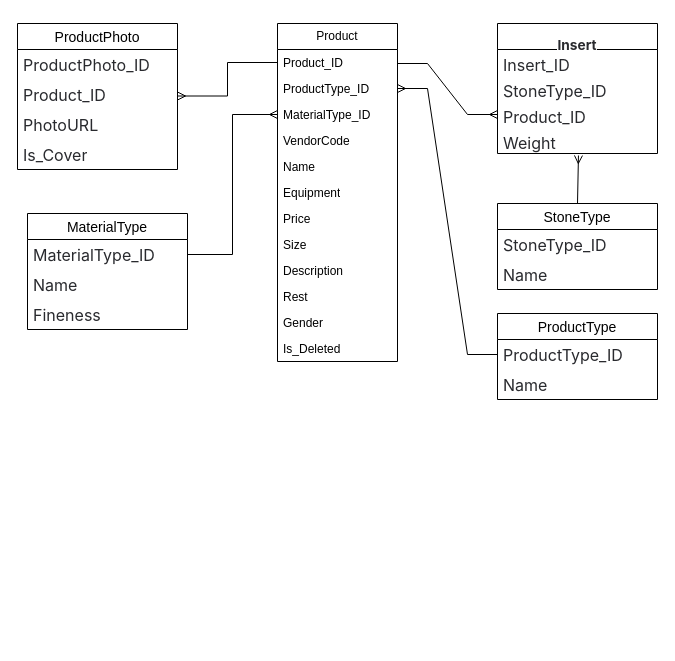
Above: ERDG.drawio in Nguyen1337/UML (draw.io), before the change. Source tidied: cells renumbered, new cells numbered last; positions are measured from the earlier drawing's top-left corner, leaving out a move shared by most shapes. Both pictures are drawn from the tidied source at 100%, with x=0, y=0 at pixel (17, 23).
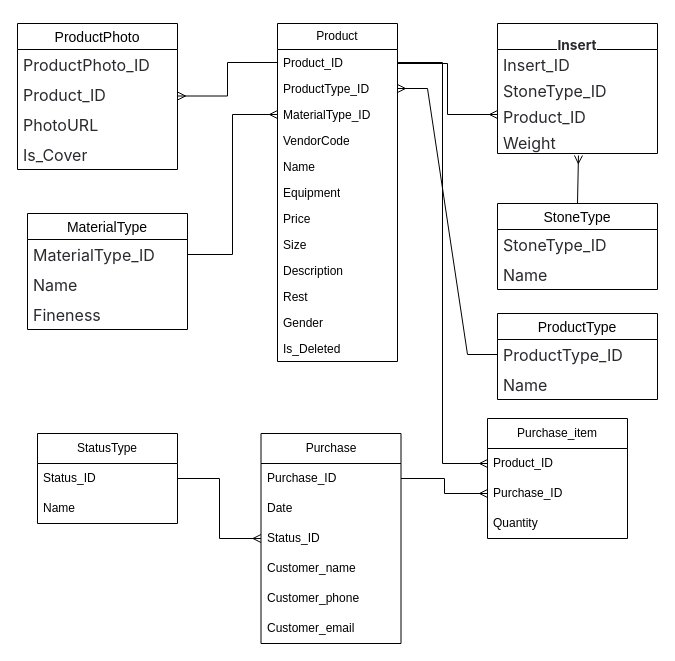
Above is the later version.

Unchanged cells that the change refers to:
```xml
<mxCell id="3" value="Product_ID&lt;span style=&quot;white-space: pre;&quot;&gt;&#9;&lt;/span&gt;&lt;div&gt;&lt;br&gt;&lt;/div&gt;" style="text;strokeColor=none;fillColor=none;align=left;verticalAlign=top;spacingLeft=4;spacingRight=4;overflow=hidden;points=[[0,0.5],[1,0.5]];portConstraint=eastwest;whiteSpace=wrap;html=1;" parent="2" vertex="1">
  <mxGeometry y="26" width="120" height="26" as="geometry" />
</mxCell>
<mxCell id="23" value="&lt;span style=&quot;color: rgb(41, 42, 46); font-family: ui-sans-serif, -apple-system, BlinkMacSystemFont, &amp;quot;Segoe UI&amp;quot;, Ubuntu, &amp;quot;Helvetica Neue&amp;quot;, sans-serif; font-size: 16px; white-space-collapse: preserve; background-color: rgb(255, 255, 255);&quot;&gt;Product_ID&lt;/span&gt;" style="text;strokeColor=none;fillColor=none;align=left;verticalAlign=top;spacingLeft=4;spacingRight=4;overflow=hidden;points=[[0,0.5],[1,0.5]];portConstraint=eastwest;whiteSpace=wrap;html=1;" parent="20" vertex="1">
  <mxGeometry y="78" width="160" height="26" as="geometry" />
</mxCell>
```

Change to the diagram source:
```diff
@@
-    <mxCell id="35" style="edgeStyle=entityRelationEdgeStyle;fontSize=12;html=1;endArrow=ERmany;rounded=0;entryX=0;entryY=0.5;entryDx=0;entryDy=0;endFill=0;" parent="1" edge="1" target="23">
+    <mxCell id="35" style="edgeStyle=elbowEdgeStyle;fontSize=12;html=1;endArrow=ERmany;rounded=0;entryX=0;entryY=0.5;entryDx=0;entryDy=0;endFill=0;" parent="1" edge="1" target="23">
       <mxGeometry relative="1" as="geometry">
         <mxPoint x="380" y="40" as="sourcePoint" />
-        <Array as="points">
-          <mxPoint x="420" y="173.5" />
-        </Array>
       </mxGeometry>
     </mxCell>
@@
+    <mxCell id="40" value="Purchase" style="swimlane;fontStyle=0;horizontal=1;startSize=30;whiteSpace=wrap;html=1;" parent="1" vertex="1">
+      <mxGeometry x="243.5" y="410" width="140" height="210" as="geometry" />
+    </mxCell>
+    <mxCell id="41" value="Purchase_ID" style="text;strokeColor=none;fillColor=none;align=left;verticalAlign=middle;spacingLeft=4;spacingRight=4;overflow=hidden;points=[[0,0.5],[1,0.5]];portConstraint=eastwest;whiteSpace=wrap;html=1;" parent="40" vertex="1">
+      <mxGeometry y="30" width="140" height="30" as="geometry" />
+    </mxCell>
+    <mxCell id="42" value="Date" style="text;strokeColor=none;fillColor=none;align=left;verticalAlign=middle;spacingLeft=4;spacingRight=4;overflow=hidden;whiteSpace=wrap;html=1;" parent="40" vertex="1">
+      <mxGeometry y="60" width="140" height="30" as="geometry" />
+    </mxCell>
+    <mxCell id="43" value="Status_ID" style="text;strokeColor=none;fillColor=none;align=left;verticalAlign=middle;spacingLeft=4;spacingRight=4;overflow=hidden;points=[[0,0.5],[1,0.5]];portConstraint=eastwest;whiteSpace=wrap;html=1;" parent="40" vertex="1">
+      <mxGeometry y="90" width="140" height="30" as="geometry" />
+    </mxCell>
+    <mxCell id="44" value="Customer_name" style="text;strokeColor=none;fillColor=none;align=left;verticalAlign=middle;spacingLeft=4;spacingRight=4;overflow=hidden;whiteSpace=wrap;html=1;" parent="40" vertex="1">
+      <mxGeometry y="120" width="140" height="30" as="geometry" />
+    </mxCell>
+    <mxCell id="45" value="Customer_phone" style="text;strokeColor=none;fillColor=none;align=left;verticalAlign=middle;spacingLeft=4;spacingRight=4;overflow=hidden;whiteSpace=wrap;html=1;" parent="40" vertex="1">
+      <mxGeometry y="150" width="140" height="30" as="geometry" />
+    </mxCell>
+    <mxCell id="46" value="Customer_email" style="text;strokeColor=none;fillColor=none;align=left;verticalAlign=middle;spacingLeft=4;spacingRight=4;overflow=hidden;whiteSpace=wrap;html=1;" parent="40" vertex="1">
+      <mxGeometry y="180" width="140" height="30" as="geometry" />
+    </mxCell>
+    <mxCell id="47" value="Purchase_item" style="swimlane;fontStyle=0;horizontal=1;startSize=30;whiteSpace=wrap;html=1;" parent="1" vertex="1">
+      <mxGeometry x="470" y="395" width="140" height="120" as="geometry" />
+    </mxCell>
+    <mxCell id="48" value="Product_ID" style="text;strokeColor=none;fillColor=none;align=left;verticalAlign=middle;spacingLeft=4;spacingRight=4;overflow=hidden;points=[[0,0.5],[1,0.5]];portConstraint=eastwest;whiteSpace=wrap;html=1;" parent="47" vertex="1">
+      <mxGeometry y="30" width="140" height="30" as="geometry" />
+    </mxCell>
+    <mxCell id="49" value="Purchase_ID" style="text;strokeColor=none;fillColor=none;align=left;verticalAlign=middle;spacingLeft=4;spacingRight=4;overflow=hidden;points=[[0,0.5],[1,0.5]];portConstraint=eastwest;whiteSpace=wrap;html=1;" parent="47" vertex="1">
+      <mxGeometry y="60" width="140" height="30" as="geometry" />
+    </mxCell>
+    <mxCell id="50" value="Quantity" style="text;strokeColor=none;fillColor=none;align=left;verticalAlign=middle;spacingLeft=4;spacingRight=4;overflow=hidden;whiteSpace=wrap;html=1;" parent="47" vertex="1">
+      <mxGeometry y="90" width="140" height="30" as="geometry" />
+    </mxCell>
+    <mxCell id="51" value="StatusType" style="swimlane;fontStyle=0;horizontal=1;startSize=30;whiteSpace=wrap;html=1;" parent="1" vertex="1">
+      <mxGeometry x="20" y="410" width="140" height="90" as="geometry" />
+    </mxCell>
+    <mxCell id="52" value="Status_ID" style="text;strokeColor=none;fillColor=none;align=left;verticalAlign=middle;spacingLeft=4;spacingRight=4;overflow=hidden;whiteSpace=wrap;html=1;" parent="51" vertex="1">
+      <mxGeometry y="30" width="140" height="30" as="geometry" />
+    </mxCell>
+    <mxCell id="53" value="Name" style="text;strokeColor=none;fillColor=none;align=left;verticalAlign=middle;spacingLeft=4;spacingRight=4;overflow=hidden;whiteSpace=wrap;html=1;" parent="51" vertex="1">
+      <mxGeometry y="60" width="140" height="30" as="geometry" />
+    </mxCell>
+    <mxCell id="54" style="endArrow=ERmany;html=1;rounded=0;entryX=0;entryY=0.5;entryDx=0;entryDy=0;edgeStyle=elbowEdgeStyle;endFill=0;" parent="1" edge="1" target="43">
+      <mxGeometry relative="1" as="geometry">
+        <mxPoint x="160" y="455" as="sourcePoint" />
+      </mxGeometry>
+    </mxCell>
+    <mxCell id="55" style="endArrow=ERmany;html=1;rounded=0;exitX=1;exitY=0.5;exitDx=0;exitDy=0;entryX=0;entryY=0.5;entryDx=0;entryDy=0;edgeStyle=elbowEdgeStyle;endFill=0;" parent="1" edge="1" source="41" target="49">
+      <mxGeometry relative="1" as="geometry" />
+    </mxCell>
+    <mxCell id="56" style="edgeStyle=orthogonalEdgeStyle;rounded=0;jettySize=auto;html=1;exitX=1;exitY=0.5;exitDx=0;exitDy=0;entryX=0;entryY=0.5;entryDx=0;entryDy=0;endArrow=ERmany;endFill=0;" parent="1" edge="1" source="3" target="48">
+      <mxGeometry relative="1" as="geometry" />
+    </mxCell>
```
